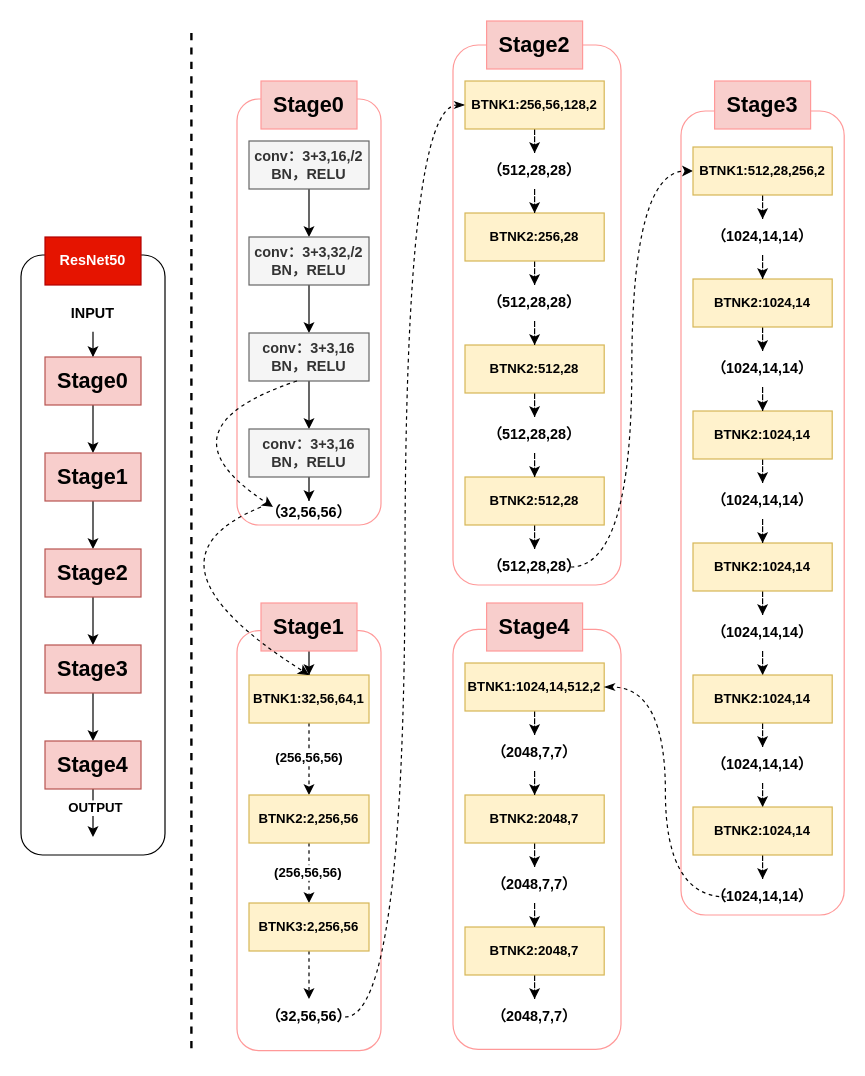
The draw.io diagram page "图4.3 改进ResNet50模型框架" (3 of 6) of 论文/第4章/第四章.drawio in ssl1995/draw, before the edit. Source tidied: cells renumbered, new cells numbered last; positions are measured from the earlier drawing's top-left corner, leaving out a move shared by most shapes. Both pictures are drawn from the tidied source at 120%, with x=0, y=0 at pixel (20, 20).
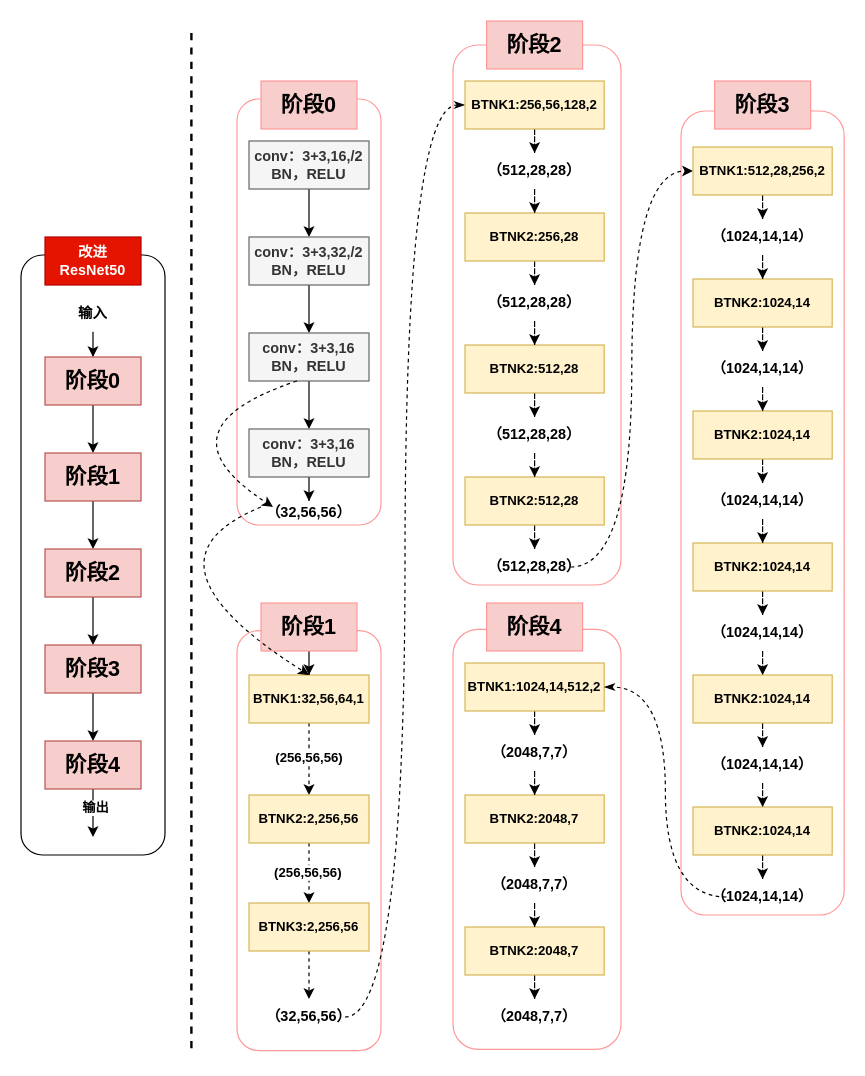
The same page after the edit.

The change refers to these unchanged cells:
```xml
<mxCell id="14" style="edgeStyle=orthogonalEdgeStyle;rounded=0;jettySize=auto;html=1;fontStyle=1;" parent="1" edge="1" source="16">
  <mxGeometry relative="1" as="geometry">
    <mxPoint x="60" y="680" as="targetPoint" />
  </mxGeometry>
</mxCell>
```

What changed in the source:
```diff
@@
-    <mxCell id="7" value="Stage0" style="rounded=0;whiteSpace=wrap;html=1;fontSize=18;fontStyle=1;fillColor=#f8cecc;strokeColor=#b85450;" parent="1" vertex="1">
+    <mxCell id="7" value="阶段0" style="rounded=0;whiteSpace=wrap;html=1;fontSize=18;fontStyle=1;fillColor=#f8cecc;strokeColor=#b85450;" parent="1" vertex="1">
       <mxGeometry x="20" y="280" width="80" height="40" as="geometry" />
     </mxCell>
@@
-    <mxCell id="9" value="Stage1" style="rounded=0;whiteSpace=wrap;html=1;fontSize=18;fontStyle=1;fillColor=#f8cecc;strokeColor=#b85450;" parent="1" vertex="1">
+    <mxCell id="9" value="阶段1" style="rounded=0;whiteSpace=wrap;html=1;fontSize=18;fontStyle=1;fillColor=#f8cecc;strokeColor=#b85450;" parent="1" vertex="1">
       <mxGeometry x="20" y="360" width="80" height="40" as="geometry" />
     </mxCell>
@@
-    <mxCell id="11" value="Stage2" style="rounded=0;whiteSpace=wrap;html=1;fontSize=18;fontStyle=1;fillColor=#f8cecc;strokeColor=#b85450;" parent="1" vertex="1">
+    <mxCell id="11" value="阶段2" style="rounded=0;whiteSpace=wrap;html=1;fontSize=18;fontStyle=1;fillColor=#f8cecc;strokeColor=#b85450;" parent="1" vertex="1">
       <mxGeometry x="20" y="440" width="80" height="40" as="geometry" />
     </mxCell>
@@
-    <mxCell id="13" value="Stage3" style="rounded=0;whiteSpace=wrap;html=1;fontSize=18;fontStyle=1;fillColor=#f8cecc;strokeColor=#b85450;" parent="1" vertex="1">
+    <mxCell id="13" value="阶段3" style="rounded=0;whiteSpace=wrap;html=1;fontSize=18;fontStyle=1;fillColor=#f8cecc;strokeColor=#b85450;" parent="1" vertex="1">
       <mxGeometry x="20" y="520" width="80" height="40" as="geometry" />
     </mxCell>
@@
-    <mxCell id="15" value="OUTPUT" style="edgeLabel;html=1;align=center;verticalAlign=middle;fontStyle=1;" parent="14" vertex="1">
+    <mxCell id="15" value="输出" style="edgeLabel;html=1;align=center;verticalAlign=middle;fontStyle=1;" parent="14" vertex="1">
       <mxGeometry x="-0.25" y="1" relative="1" as="geometry" />
     </mxCell>
-    <mxCell id="16" value="Stage4" style="rounded=0;whiteSpace=wrap;html=1;fontSize=18;fontStyle=1;fillColor=#f8cecc;strokeColor=#b85450;" parent="1" vertex="1">
+    <mxCell id="16" value="阶段4" style="rounded=0;whiteSpace=wrap;html=1;fontSize=18;fontStyle=1;fillColor=#f8cecc;strokeColor=#b85450;" parent="1" vertex="1">
       <mxGeometry x="20" y="600" width="80" height="40" as="geometry" />
     </mxCell>
-    <mxCell id="17" value="ResNet50" style="rounded=0;whiteSpace=wrap;html=1;fontStyle=1;fillColor=#e51400;strokeColor=#B20000;fontColor=#ffffff;" parent="1" vertex="1">
+    <mxCell id="17" value="改进ResNet50" style="rounded=0;whiteSpace=wrap;html=1;fontStyle=1;fillColor=#e51400;strokeColor=#B20000;fontColor=#ffffff;" parent="1" vertex="1">
       <mxGeometry x="20" y="180" width="80" height="40" as="geometry" />
     </mxCell>
@@
-    <mxCell id="27" value="Stage0" style="rounded=0;whiteSpace=wrap;html=1;fontSize=18;fontStyle=1;fillColor=#f8cecc;strokeColor=#FF9999;" parent="1" vertex="1">
+    <mxCell id="27" value="阶段0" style="rounded=0;whiteSpace=wrap;html=1;fontSize=18;fontStyle=1;fillColor=#f8cecc;strokeColor=#FF9999;" parent="1" vertex="1">
       <mxGeometry x="200" y="50" width="80" height="40" as="geometry" />
     </mxCell>
@@
-    <mxCell id="35" value="Stage1" style="rounded=0;whiteSpace=wrap;html=1;fontSize=18;fontStyle=1;fillColor=#f8cecc;strokeColor=#FF9999;" parent="1" vertex="1">
+    <mxCell id="35" value="阶段1" style="rounded=0;whiteSpace=wrap;html=1;fontSize=18;fontStyle=1;fillColor=#f8cecc;strokeColor=#FF9999;" parent="1" vertex="1">
       <mxGeometry x="200" y="485" width="80" height="40" as="geometry" />
     </mxCell>
@@
-    <mxCell id="47" value="Stage2" style="rounded=0;whiteSpace=wrap;html=1;fontSize=18;fontStyle=1;fillColor=#f8cecc;strokeColor=#FF9999;" parent="1" vertex="1">
+    <mxCell id="47" value="阶段2" style="rounded=0;whiteSpace=wrap;html=1;fontSize=18;fontStyle=1;fillColor=#f8cecc;strokeColor=#FF9999;" parent="1" vertex="1">
       <mxGeometry x="388" width="80" height="40" as="geometry" />
     </mxCell>
@@
-    <mxCell id="63" value="Stage4" style="rounded=0;whiteSpace=wrap;html=1;fontSize=18;fontStyle=1;fillColor=#f8cecc;strokeColor=#FF9999;" parent="1" vertex="1">
+    <mxCell id="63" value="阶段4" style="rounded=0;whiteSpace=wrap;html=1;fontSize=18;fontStyle=1;fillColor=#f8cecc;strokeColor=#FF9999;" parent="1" vertex="1">
       <mxGeometry x="388" y="485" width="80" height="40" as="geometry" />
     </mxCell>
@@
-    <mxCell id="77" value="Stage3" style="rounded=0;whiteSpace=wrap;html=1;fontSize=18;fontStyle=1;fillColor=#f8cecc;strokeColor=#FF9999;" parent="1" vertex="1">
+    <mxCell id="77" value="阶段3" style="rounded=0;whiteSpace=wrap;html=1;fontSize=18;fontStyle=1;fillColor=#f8cecc;strokeColor=#FF9999;" parent="1" vertex="1">
       <mxGeometry x="578" y="50" width="80" height="40" as="geometry" />
     </mxCell>
@@
-    <mxCell id="99" value="INPUT" style="text;html=1;align=center;verticalAlign=middle;whiteSpace=wrap;rounded=0;fontStyle=1;" parent="1" vertex="1">
+    <mxCell id="99" value="输入" style="text;html=1;align=center;verticalAlign=middle;whiteSpace=wrap;rounded=0;fontStyle=1;" parent="1" vertex="1">
       <mxGeometry x="30" y="229" width="60" height="30" as="geometry" />
     </mxCell>
```
